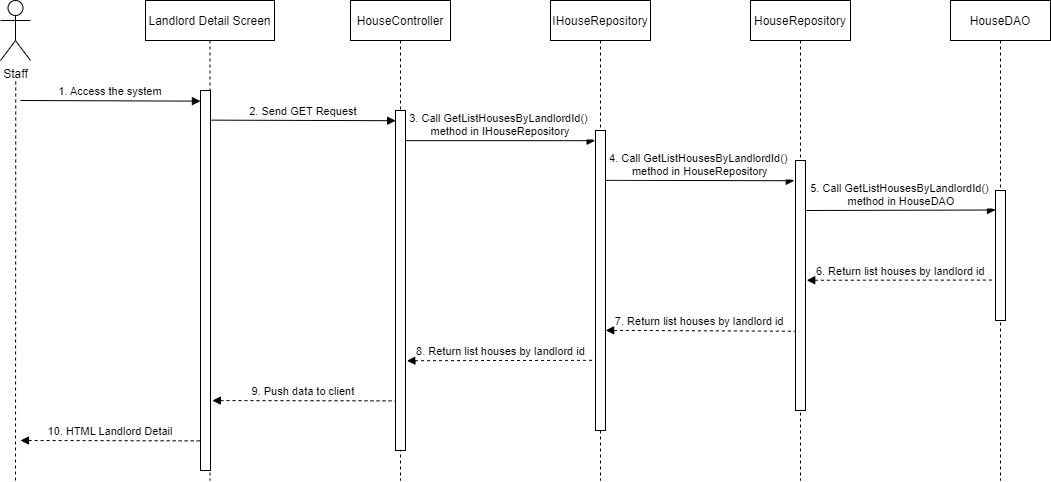
nguyenthegiang/fu-house-finder keeps this draw.io diagram as Documentation/Diagram/Sequence Diagrams/(Staff) Landlord Detail Sequence Diagram.drawio.png. Above is the earlier version. Source tidied: cells renumbered, new cells last; positions are measured from the earlier drawing's top-left corner, leaving out a move shared by most shapes. Source of this version:
```xml
<mxGraphModel>
  <root>
    <mxCell id="0" />
    <mxCell id="1" parent="0" />
    <mxCell id="2" value="Landlord Detail Screen" style="shape=umlLifeline;perimeter=lifelinePerimeter;rounded=0;shadow=0;strokeWidth=1;" parent="1" vertex="1">
      <mxGeometry x="145" width="129" height="480" as="geometry" />
    </mxCell>
    <mxCell id="3" style="points=[];perimeter=orthogonalPerimeter;rounded=0;shadow=0;strokeWidth=1;" parent="2" vertex="1">
      <mxGeometry x="55" y="90" width="10" height="380" as="geometry" />
    </mxCell>
    <mxCell id="4" value="HouseController" style="shape=umlLifeline;perimeter=lifelinePerimeter;rounded=0;shadow=0;strokeWidth=1;" parent="1" vertex="1">
      <mxGeometry x="350" width="100" height="480" as="geometry" />
    </mxCell>
    <mxCell id="5" style="points=[];perimeter=orthogonalPerimeter;rounded=0;shadow=0;strokeWidth=1;" parent="4" vertex="1">
      <mxGeometry x="45" y="110" width="10" height="340" as="geometry" />
    </mxCell>
    <mxCell id="6" value="Staff" style="shape=umlActor;verticalLabelPosition=bottom;verticalAlign=top;html=1;" parent="1" vertex="1">
      <mxGeometry width="30" height="60" as="geometry" />
    </mxCell>
    <mxCell id="7" style="endArrow=none;dashed=1;html=1;rounded=0;startArrow=none;" parent="1" edge="1">
      <mxGeometry relative="1" as="geometry">
        <mxPoint x="15" y="480" as="sourcePoint" />
        <mxPoint x="15.2" y="80" as="targetPoint" />
      </mxGeometry>
    </mxCell>
    <mxCell id="8" value="1. Access the system" style="verticalAlign=bottom;endArrow=block;entryX=-0.007;entryY=0.028;shadow=0;strokeWidth=1;entryDx=0;entryDy=0;entryPerimeter=0;" parent="1" edge="1" target="3">
      <mxGeometry relative="1" as="geometry">
        <mxPoint x="20" y="100" as="sourcePoint" />
      </mxGeometry>
    </mxCell>
    <mxCell id="9" value="2. Send GET Request" style="verticalAlign=bottom;endArrow=block;shadow=0;strokeWidth=1;entryX=0.016;entryY=0.03;entryDx=0;entryDy=0;entryPerimeter=0;exitX=1.094;exitY=0.078;exitDx=0;exitDy=0;exitPerimeter=0;" parent="1" edge="1" source="3" target="5">
      <mxGeometry relative="1" as="geometry" />
    </mxCell>
    <mxCell id="10" value="IHouseRepository" style="shape=umlLifeline;perimeter=lifelinePerimeter;rounded=0;shadow=0;strokeWidth=1;" parent="1" vertex="1">
      <mxGeometry x="550" width="100" height="480" as="geometry" />
    </mxCell>
    <mxCell id="11" style="points=[];perimeter=orthogonalPerimeter;rounded=0;shadow=0;strokeWidth=1;" parent="10" vertex="1">
      <mxGeometry x="45" y="130" width="10" height="300" as="geometry" />
    </mxCell>
    <mxCell id="12" value="3. Call GetListHousesByLandlordId()  &#10;method in IHouseRepository" style="verticalAlign=bottom;endArrow=block;shadow=0;strokeWidth=1;entryX=-0.037;entryY=0.034;entryDx=0;entryDy=0;entryPerimeter=0;exitX=1.019;exitY=0.159;exitDx=0;exitDy=0;exitPerimeter=0;" parent="10" edge="1" target="11">
      <mxGeometry relative="1" as="geometry">
        <mxPoint x="-145" y="140.1" as="sourcePoint" />
      </mxGeometry>
    </mxCell>
    <mxCell id="13" value="HouseRepository" style="shape=umlLifeline;perimeter=lifelinePerimeter;rounded=0;shadow=0;strokeWidth=1;" parent="1" vertex="1">
      <mxGeometry x="750" width="100" height="480" as="geometry" />
    </mxCell>
    <mxCell id="14" style="points=[];perimeter=orthogonalPerimeter;rounded=0;shadow=0;strokeWidth=1;" parent="13" vertex="1">
      <mxGeometry x="45" y="160" width="10" height="250" as="geometry" />
    </mxCell>
    <mxCell id="15" value="HouseDAO" style="shape=umlLifeline;perimeter=lifelinePerimeter;rounded=0;shadow=0;strokeWidth=1;" parent="1" vertex="1">
      <mxGeometry x="950" width="100" height="480" as="geometry" />
    </mxCell>
    <mxCell id="16" style="points=[];perimeter=orthogonalPerimeter;rounded=0;shadow=0;strokeWidth=1;" parent="15" vertex="1">
      <mxGeometry x="45" y="190" width="10" height="130" as="geometry" />
    </mxCell>
    <mxCell id="17" value="4. Call GetListHousesByLandlordId()  &#10;method in HouseRepository" style="verticalAlign=bottom;endArrow=block;shadow=0;strokeWidth=1;exitX=1.076;exitY=0.166;exitDx=0;exitDy=0;exitPerimeter=0;entryX=-0.12;entryY=0.081;entryDx=0;entryDy=0;entryPerimeter=0;" parent="1" edge="1" source="11" target="14">
      <mxGeometry relative="1" as="geometry" />
    </mxCell>
    <mxCell id="18" value="5. Call GetListHousesByLandlordId()  &#10;method in HouseDAO" style="verticalAlign=bottom;endArrow=block;shadow=0;strokeWidth=1;exitX=1.097;exitY=0.2;exitDx=0;exitDy=0;exitPerimeter=0;entryX=0;entryY=0.15;entryDx=0;entryDy=0;entryPerimeter=0;" parent="1" edge="1" source="14" target="16">
      <mxGeometry relative="1" as="geometry" />
    </mxCell>
    <mxCell id="19" value="6. Return list houses by landlord id" style="verticalAlign=bottom;endArrow=none;shadow=0;strokeWidth=1;entryX=-0.102;entryY=0.689;entryDx=0;entryDy=0;entryPerimeter=0;endFill=0;startArrow=block;startFill=1;dashed=1;exitX=1.126;exitY=0.479;exitDx=0;exitDy=0;exitPerimeter=0;" parent="1" edge="1" source="14" target="16">
      <mxGeometry relative="1" as="geometry" />
    </mxCell>
    <mxCell id="20" value="7. Return list houses by landlord id" style="verticalAlign=bottom;endArrow=none;shadow=0;strokeWidth=1;endFill=0;startArrow=block;startFill=1;dashed=1;exitX=1.025;exitY=0.666;exitDx=0;exitDy=0;exitPerimeter=0;entryX=-0.079;entryY=0.683;entryDx=0;entryDy=0;entryPerimeter=0;" parent="1" edge="1" source="11" target="14">
      <mxGeometry relative="1" as="geometry" />
    </mxCell>
    <mxCell id="21" value="8. Return list houses by landlord id" style="verticalAlign=bottom;endArrow=none;shadow=0;strokeWidth=1;entryX=-0.109;entryY=0.766;entryDx=0;entryDy=0;entryPerimeter=0;endFill=0;startArrow=block;startFill=1;dashed=1;exitX=1.145;exitY=0.736;exitDx=0;exitDy=0;exitPerimeter=0;" parent="1" edge="1" source="5" target="11">
      <mxGeometry relative="1" as="geometry" />
    </mxCell>
    <mxCell id="22" value="9. Push data to client" style="verticalAlign=bottom;endArrow=none;shadow=0;strokeWidth=1;entryX=-0.049;entryY=0.854;entryDx=0;entryDy=0;entryPerimeter=0;endFill=0;startArrow=block;startFill=1;dashed=1;exitX=1.19;exitY=0.816;exitDx=0;exitDy=0;exitPerimeter=0;" parent="1" edge="1" source="3" target="5">
      <mxGeometry relative="1" as="geometry" />
    </mxCell>
    <mxCell id="23" value="10. HTML Landlord Detail" style="verticalAlign=bottom;endArrow=none;shadow=0;strokeWidth=1;entryX=-0.034;entryY=0.922;entryDx=0;entryDy=0;entryPerimeter=0;endFill=0;startArrow=block;startFill=1;dashed=1;" parent="1" edge="1" target="3">
      <mxGeometry relative="1" as="geometry">
        <mxPoint x="20" y="440" as="sourcePoint" />
      </mxGeometry>
    </mxCell>
  </root>
</mxGraphModel>
```
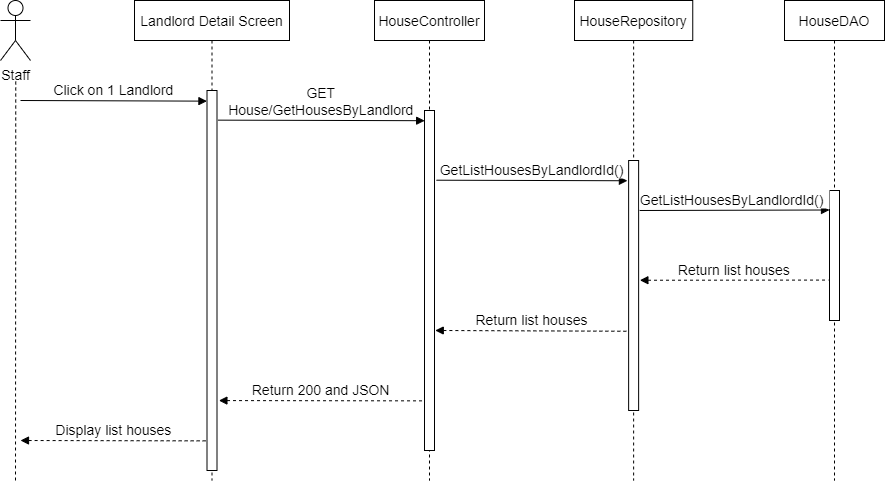
Later version of the same file.

The edit, as a diff of the source:
```diff
@@ -2,80 +2,66 @@
   <root>
     <mxCell id="0" />
     <mxCell id="1" parent="0" />
-    <mxCell id="2" value="Landlord Detail Screen" style="shape=umlLifeline;perimeter=lifelinePerimeter;rounded=0;shadow=0;strokeWidth=1;" parent="1" vertex="1">
-      <mxGeometry x="145" width="129" height="480" as="geometry" />
+    <mxCell id="2" value="Landlord Detail Screen" style="shape=umlLifeline;perimeter=lifelinePerimeter;rounded=0;shadow=0;strokeWidth=1;fontSize=14;" parent="1" vertex="1">
+      <mxGeometry x="210" y="639" width="155" height="480" as="geometry" />
     </mxCell>
-    <mxCell id="3" style="points=[];perimeter=orthogonalPerimeter;rounded=0;shadow=0;strokeWidth=1;" parent="2" vertex="1">
-      <mxGeometry x="55" y="90" width="10" height="380" as="geometry" />
-    </mxCell>
+    <mxCell id="24" style="points=[];perimeter=orthogonalPerimeter;rounded=0;shadow=0;strokeWidth=1;fontSize=14;" parent="2" vertex="1">
+      <mxGeometry x="72.5" y="90" width="10" height="380" as="geometry" />
+    </mxCell>
-    <mxCell id="4" value="HouseController" style="shape=umlLifeline;perimeter=lifelinePerimeter;rounded=0;shadow=0;strokeWidth=1;" parent="1" vertex="1">
-      <mxGeometry x="350" width="100" height="480" as="geometry" />
+    <mxCell id="4" value="HouseController" style="shape=umlLifeline;perimeter=lifelinePerimeter;rounded=0;shadow=0;strokeWidth=1;fontSize=14;" parent="1" vertex="1">
+      <mxGeometry x="450" y="639" width="110" height="480" as="geometry" />
     </mxCell>
-    <mxCell id="5" style="points=[];perimeter=orthogonalPerimeter;rounded=0;shadow=0;strokeWidth=1;" parent="4" vertex="1">
-      <mxGeometry x="45" y="110" width="10" height="340" as="geometry" />
-    </mxCell>
+    <mxCell id="25" style="points=[];perimeter=orthogonalPerimeter;rounded=0;shadow=0;strokeWidth=1;fontSize=14;" parent="4" vertex="1">
+      <mxGeometry x="50" y="110" width="10" height="340" as="geometry" />
+    </mxCell>
-    <mxCell id="6" value="Staff" style="shape=umlActor;verticalLabelPosition=bottom;verticalAlign=top;html=1;" parent="1" vertex="1">
-      <mxGeometry width="30" height="60" as="geometry" />
+    <mxCell id="6" value="Staff" style="shape=umlActor;verticalLabelPosition=bottom;verticalAlign=top;html=1;fontSize=14;" parent="1" vertex="1">
+      <mxGeometry x="76" y="639" width="30" height="60" as="geometry" />
     </mxCell>
-    <mxCell id="7" style="endArrow=none;dashed=1;html=1;rounded=0;startArrow=none;" parent="1" edge="1">
-      <mxGeometry relative="1" as="geometry">
-        <mxPoint x="15" y="480" as="sourcePoint" />
-        <mxPoint x="15.2" y="80" as="targetPoint" />
-      </mxGeometry>
-    </mxCell>
-    <mxCell id="8" value="1. Access the system" style="verticalAlign=bottom;endArrow=block;entryX=-0.007;entryY=0.028;shadow=0;strokeWidth=1;entryDx=0;entryDy=0;entryPerimeter=0;" parent="1" edge="1" target="3">
-      <mxGeometry relative="1" as="geometry">
-        <mxPoint x="20" y="100" as="sourcePoint" />
-      </mxGeometry>
-    </mxCell>
-    <mxCell id="9" value="2. Send GET Request" style="verticalAlign=bottom;endArrow=block;shadow=0;strokeWidth=1;entryX=0.016;entryY=0.03;entryDx=0;entryDy=0;entryPerimeter=0;exitX=1.094;exitY=0.078;exitDx=0;exitDy=0;exitPerimeter=0;" parent="1" edge="1" source="3" target="5">
-      <mxGeometry relative="1" as="geometry" />
-    </mxCell>
-    <mxCell id="10" value="IHouseRepository" style="shape=umlLifeline;perimeter=lifelinePerimeter;rounded=0;shadow=0;strokeWidth=1;" parent="1" vertex="1">
-      <mxGeometry x="550" width="100" height="480" as="geometry" />
-    </mxCell>
-    <mxCell id="11" style="points=[];perimeter=orthogonalPerimeter;rounded=0;shadow=0;strokeWidth=1;" parent="10" vertex="1">
-      <mxGeometry x="45" y="130" width="10" height="300" as="geometry" />
-    </mxCell>
-    <mxCell id="12" value="3. Call GetListHousesByLandlordId()  &#10;method in IHouseRepository" style="verticalAlign=bottom;endArrow=block;shadow=0;strokeWidth=1;entryX=-0.037;entryY=0.034;entryDx=0;entryDy=0;entryPerimeter=0;exitX=1.019;exitY=0.159;exitDx=0;exitDy=0;exitPerimeter=0;" parent="10" edge="1" target="11">
-      <mxGeometry relative="1" as="geometry">
-        <mxPoint x="-145" y="140.1" as="sourcePoint" />
-      </mxGeometry>
-    </mxCell>
+    <mxCell id="26" style="endArrow=none;dashed=1;html=1;rounded=0;startArrow=none;fontSize=14;" parent="1" edge="1">
+      <mxGeometry relative="1" as="geometry">
+        <mxPoint x="91" y="1119" as="sourcePoint" />
+        <mxPoint x="91.2" y="719" as="targetPoint" />
+      </mxGeometry>
+    </mxCell>
+    <mxCell id="27" value="Click on 1 Landlord" style="verticalAlign=bottom;endArrow=block;entryX=-0.007;entryY=0.028;shadow=0;strokeWidth=1;entryDx=0;entryDy=0;entryPerimeter=0;fontSize=14;" parent="1" edge="1" target="24">
+      <mxGeometry relative="1" as="geometry">
+        <mxPoint x="96" y="739" as="sourcePoint" />
+      </mxGeometry>
+    </mxCell>
+    <mxCell id="28" value="GET &#10;House/GetHousesByLandlord" style="verticalAlign=bottom;endArrow=block;shadow=0;strokeWidth=1;entryX=0.016;entryY=0.03;entryDx=0;entryDy=0;entryPerimeter=0;exitX=1.094;exitY=0.078;exitDx=0;exitDy=0;exitPerimeter=0;fontSize=14;" parent="1" edge="1" source="24" target="25">
+      <mxGeometry relative="1" as="geometry" />
+    </mxCell>
-    <mxCell id="13" value="HouseRepository" style="shape=umlLifeline;perimeter=lifelinePerimeter;rounded=0;shadow=0;strokeWidth=1;" parent="1" vertex="1">
-      <mxGeometry x="750" width="100" height="480" as="geometry" />
+    <mxCell id="13" value="HouseRepository" style="shape=umlLifeline;perimeter=lifelinePerimeter;rounded=0;shadow=0;strokeWidth=1;fontSize=14;" parent="1" vertex="1">
+      <mxGeometry x="650" y="639" width="118.2" height="480" as="geometry" />
     </mxCell>
-    <mxCell id="14" style="points=[];perimeter=orthogonalPerimeter;rounded=0;shadow=0;strokeWidth=1;" parent="13" vertex="1">
-      <mxGeometry x="45" y="160" width="10" height="250" as="geometry" />
-    </mxCell>
+    <mxCell id="29" style="points=[];perimeter=orthogonalPerimeter;rounded=0;shadow=0;strokeWidth=1;fontSize=14;" parent="13" vertex="1">
+      <mxGeometry x="54.1" y="160" width="10" height="250" as="geometry" />
+    </mxCell>
-    <mxCell id="15" value="HouseDAO" style="shape=umlLifeline;perimeter=lifelinePerimeter;rounded=0;shadow=0;strokeWidth=1;" parent="1" vertex="1">
-      <mxGeometry x="950" width="100" height="480" as="geometry" />
+    <mxCell id="15" value="HouseDAO" style="shape=umlLifeline;perimeter=lifelinePerimeter;rounded=0;shadow=0;strokeWidth=1;fontSize=14;" parent="1" vertex="1">
+      <mxGeometry x="860" y="639" width="100" height="480" as="geometry" />
     </mxCell>
-    <mxCell id="16" style="points=[];perimeter=orthogonalPerimeter;rounded=0;shadow=0;strokeWidth=1;" parent="15" vertex="1">
-      <mxGeometry x="45" y="190" width="10" height="130" as="geometry" />
-    </mxCell>
-    <mxCell id="17" value="4. Call GetListHousesByLandlordId()  &#10;method in HouseRepository" style="verticalAlign=bottom;endArrow=block;shadow=0;strokeWidth=1;exitX=1.076;exitY=0.166;exitDx=0;exitDy=0;exitPerimeter=0;entryX=-0.12;entryY=0.081;entryDx=0;entryDy=0;entryPerimeter=0;" parent="1" edge="1" source="11" target="14">
-      <mxGeometry relative="1" as="geometry" />
-    </mxCell>
-    <mxCell id="18" value="5. Call GetListHousesByLandlordId()  &#10;method in HouseDAO" style="verticalAlign=bottom;endArrow=block;shadow=0;strokeWidth=1;exitX=1.097;exitY=0.2;exitDx=0;exitDy=0;exitPerimeter=0;entryX=0;entryY=0.15;entryDx=0;entryDy=0;entryPerimeter=0;" parent="1" edge="1" source="14" target="16">
-      <mxGeometry relative="1" as="geometry" />
-    </mxCell>
-    <mxCell id="19" value="6. Return list houses by landlord id" style="verticalAlign=bottom;endArrow=none;shadow=0;strokeWidth=1;entryX=-0.102;entryY=0.689;entryDx=0;entryDy=0;entryPerimeter=0;endFill=0;startArrow=block;startFill=1;dashed=1;exitX=1.126;exitY=0.479;exitDx=0;exitDy=0;exitPerimeter=0;" parent="1" edge="1" source="14" target="16">
-      <mxGeometry relative="1" as="geometry" />
-    </mxCell>
-    <mxCell id="20" value="7. Return list houses by landlord id" style="verticalAlign=bottom;endArrow=none;shadow=0;strokeWidth=1;endFill=0;startArrow=block;startFill=1;dashed=1;exitX=1.025;exitY=0.666;exitDx=0;exitDy=0;exitPerimeter=0;entryX=-0.079;entryY=0.683;entryDx=0;entryDy=0;entryPerimeter=0;" parent="1" edge="1" source="11" target="14">
-      <mxGeometry relative="1" as="geometry" />
-    </mxCell>
-    <mxCell id="21" value="8. Return list houses by landlord id" style="verticalAlign=bottom;endArrow=none;shadow=0;strokeWidth=1;entryX=-0.109;entryY=0.766;entryDx=0;entryDy=0;entryPerimeter=0;endFill=0;startArrow=block;startFill=1;dashed=1;exitX=1.145;exitY=0.736;exitDx=0;exitDy=0;exitPerimeter=0;" parent="1" edge="1" source="5" target="11">
-      <mxGeometry relative="1" as="geometry" />
-    </mxCell>
-    <mxCell id="22" value="9. Push data to client" style="verticalAlign=bottom;endArrow=none;shadow=0;strokeWidth=1;entryX=-0.049;entryY=0.854;entryDx=0;entryDy=0;entryPerimeter=0;endFill=0;startArrow=block;startFill=1;dashed=1;exitX=1.19;exitY=0.816;exitDx=0;exitDy=0;exitPerimeter=0;" parent="1" edge="1" source="3" target="5">
-      <mxGeometry relative="1" as="geometry" />
-    </mxCell>
-    <mxCell id="23" value="10. HTML Landlord Detail" style="verticalAlign=bottom;endArrow=none;shadow=0;strokeWidth=1;entryX=-0.034;entryY=0.922;entryDx=0;entryDy=0;entryPerimeter=0;endFill=0;startArrow=block;startFill=1;dashed=1;" parent="1" edge="1" target="3">
-      <mxGeometry relative="1" as="geometry">
-        <mxPoint x="20" y="440" as="sourcePoint" />
-      </mxGeometry>
-    </mxCell>
+    <mxCell id="30" style="points=[];perimeter=orthogonalPerimeter;rounded=0;shadow=0;strokeWidth=1;fontSize=14;" parent="15" vertex="1">
+      <mxGeometry x="45" y="190" width="10" height="130" as="geometry" />
+    </mxCell>
+    <mxCell id="31" value="GetListHousesByLandlordId()" style="verticalAlign=bottom;endArrow=block;shadow=0;strokeWidth=1;entryX=-0.12;entryY=0.081;entryDx=0;entryDy=0;entryPerimeter=0;fontSize=14;exitX=1.2;exitY=0.205;exitDx=0;exitDy=0;exitPerimeter=0;" parent="1" edge="1" source="25" target="29">
+      <mxGeometry relative="1" as="geometry" />
+    </mxCell>
+    <mxCell id="32" value="GetListHousesByLandlordId() " style="verticalAlign=bottom;endArrow=block;shadow=0;strokeWidth=1;exitX=1.097;exitY=0.2;exitDx=0;exitDy=0;exitPerimeter=0;entryX=0;entryY=0.15;entryDx=0;entryDy=0;entryPerimeter=0;fontSize=14;" parent="1" edge="1" source="29" target="30">
+      <mxGeometry relative="1" as="geometry" />
+    </mxCell>
+    <mxCell id="33" value="Return list houses" style="verticalAlign=bottom;endArrow=none;shadow=0;strokeWidth=1;entryX=-0.102;entryY=0.689;entryDx=0;entryDy=0;entryPerimeter=0;endFill=0;startArrow=block;startFill=1;dashed=1;exitX=1.126;exitY=0.479;exitDx=0;exitDy=0;exitPerimeter=0;fontSize=14;" parent="1" edge="1" source="29" target="30">
+      <mxGeometry relative="1" as="geometry" />
+    </mxCell>
+    <mxCell id="34" value="Return list houses" style="verticalAlign=bottom;endArrow=none;shadow=0;strokeWidth=1;endFill=0;startArrow=block;startFill=1;dashed=1;exitX=1.075;exitY=0.647;exitDx=0;exitDy=0;exitPerimeter=0;entryX=-0.079;entryY=0.683;entryDx=0;entryDy=0;entryPerimeter=0;fontSize=14;" parent="1" edge="1" source="25" target="29">
+      <mxGeometry relative="1" as="geometry" />
+    </mxCell>
+    <mxCell id="35" value="Return 200 and JSON" style="verticalAlign=bottom;endArrow=none;shadow=0;strokeWidth=1;entryX=-0.049;entryY=0.854;entryDx=0;entryDy=0;entryPerimeter=0;endFill=0;startArrow=block;startFill=1;dashed=1;exitX=1.19;exitY=0.816;exitDx=0;exitDy=0;exitPerimeter=0;fontSize=14;" parent="1" edge="1" source="24" target="25">
+      <mxGeometry relative="1" as="geometry" />
+    </mxCell>
+    <mxCell id="36" value="Display list houses" style="verticalAlign=bottom;endArrow=none;shadow=0;strokeWidth=1;entryX=-0.034;entryY=0.922;entryDx=0;entryDy=0;entryPerimeter=0;endFill=0;startArrow=block;startFill=1;dashed=1;fontSize=14;" parent="1" edge="1" target="24">
+      <mxGeometry relative="1" as="geometry">
+        <mxPoint x="96" y="1079" as="sourcePoint" />
+      </mxGeometry>
+    </mxCell>
   </root>
 </mxGraphModel>
```
